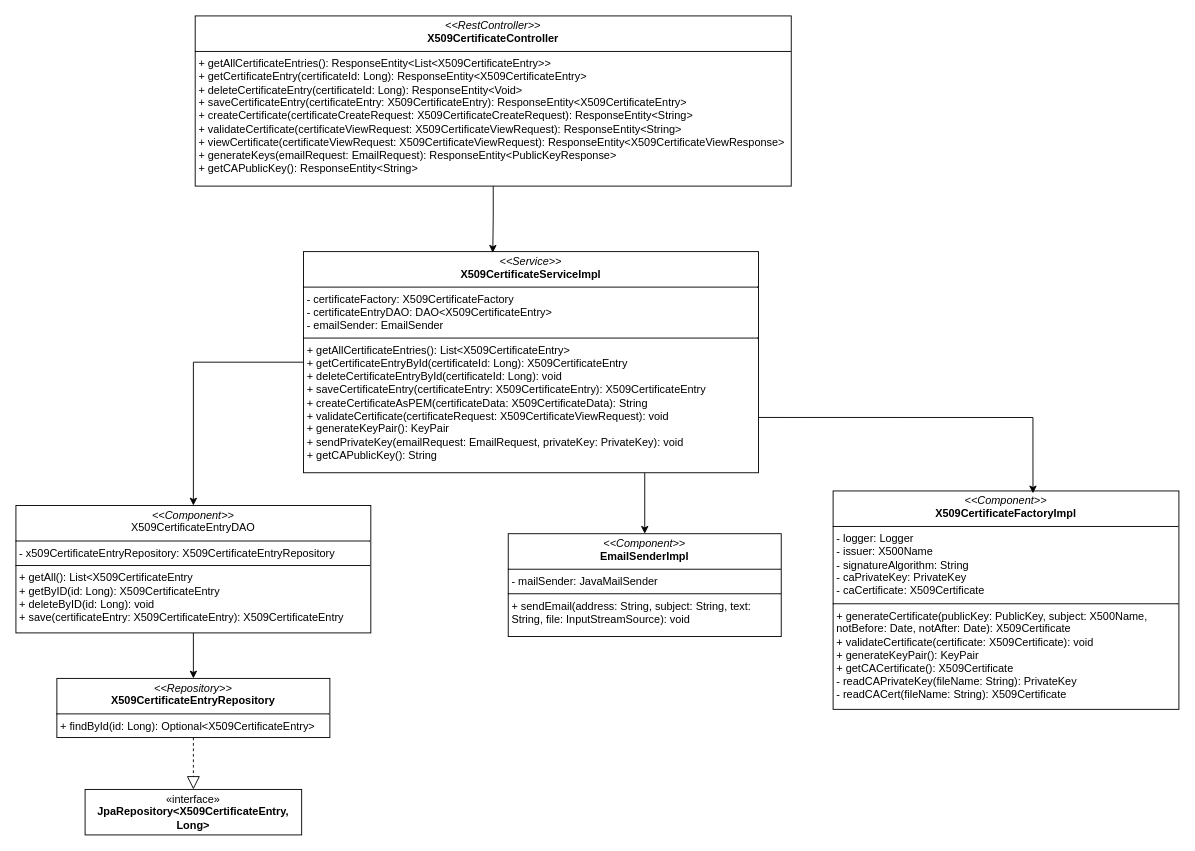
Before: assets/diagrams/certificate_service_uml.drawio in jamestesting0/certification-authority-backend, a draw.io diagram. Source tidied: cells renumbered, new cells numbered last; positions are measured from the earlier drawing's top-left corner, leaving out a move shared by most shapes. Both pictures are drawn from the tidied source at 91%, with x=0, y=0 at pixel (15, 15).
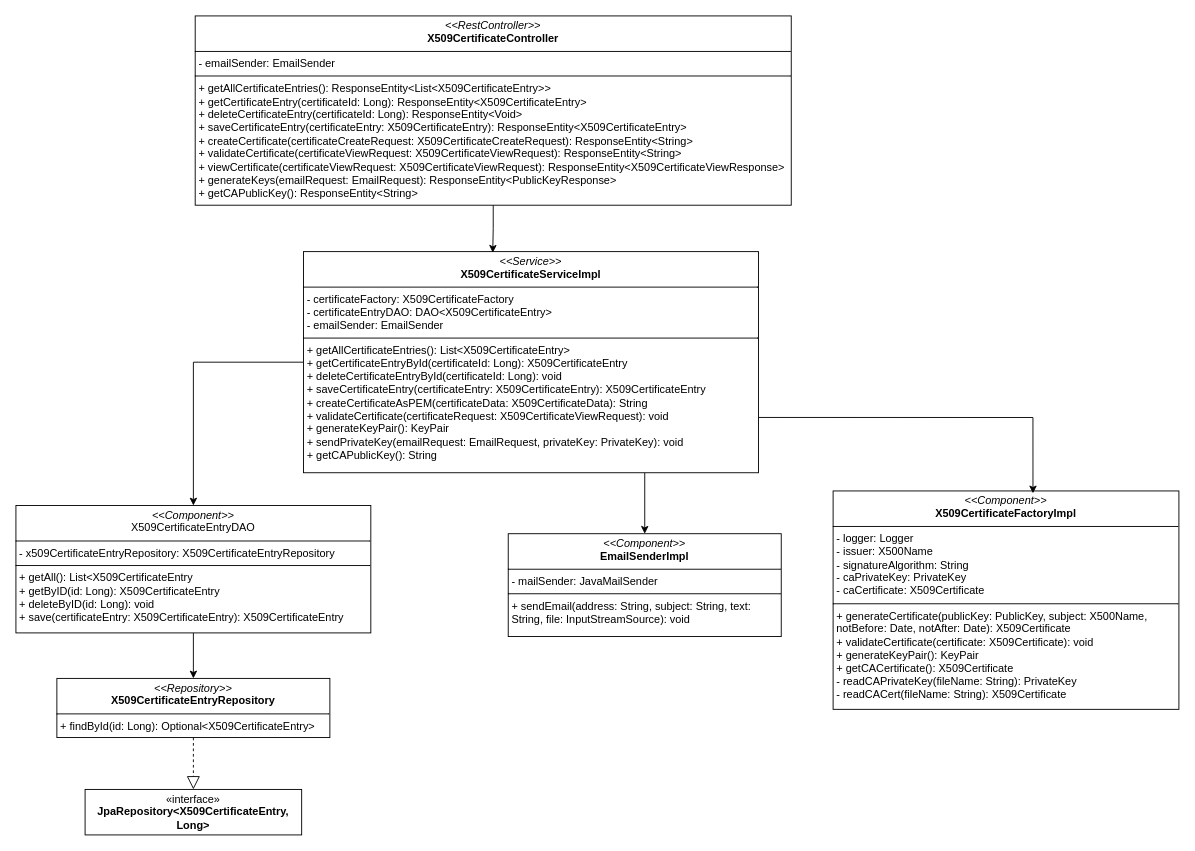
After the change.

Commit message (it also covers changes not shown here):
update UML diagram

Change to the diagram source:
```diff
@@
 <mxGraphModel>
   <root>
     <mxCell id="0" />
     <mxCell id="1" parent="0" />
     <mxCell id="2" style="edgeStyle=orthogonalEdgeStyle;rounded=0;jettySize=auto;html=1;exitX=0;exitY=0.5;exitDx=0;exitDy=0;" parent="1" edge="1" source="4" target="8">
       <mxGeometry relative="1" as="geometry" />
     </mxCell>
     <mxCell id="3" style="edgeStyle=orthogonalEdgeStyle;rounded=0;jettySize=auto;html=1;exitX=0.75;exitY=1;exitDx=0;exitDy=0;" parent="1" edge="1" source="4" target="6">
       <mxGeometry relative="1" as="geometry" />
     </mxCell>
     <mxCell id="4" value="&lt;p style=&quot;margin:0px;margin-top:4px;text-align:center;&quot;&gt;&lt;i&gt;&amp;lt;&amp;lt;Service&amp;gt;&amp;gt;&lt;/i&gt;&lt;br&gt;&lt;b&gt;X509CertificateServiceImpl&lt;/b&gt;&lt;/p&gt;&lt;hr size=&quot;1&quot; style=&quot;border-style:solid;&quot;&gt;&lt;p style=&quot;margin:0px;margin-left:4px;&quot;&gt;- certificateFactory: X509CertificateFactory&lt;br&gt;- certificateEntryDAO: DAO&amp;lt;X509CertificateEntry&amp;gt;&lt;br&gt;&lt;/p&gt;&lt;p style=&quot;margin:0px;margin-left:4px;&quot;&gt;- emailSender: EmailSender&amp;nbsp;&lt;br&gt;&lt;/p&gt;&lt;hr size=&quot;1&quot; style=&quot;border-style:solid;&quot;&gt;&lt;p style=&quot;margin:0px;margin-left:4px;&quot;&gt;+ getAllCertificateEntries(): List&amp;lt;X509CertificateEntry&amp;gt;&lt;br&gt;+ getCertificateEntryById(certificateId: Long): X509CertificateEntry&lt;br&gt;+ deleteCertificateEntryById(certificateId: Long): void&lt;br&gt;+ saveCertificateEntry(certificateEntry: X509CertificateEntry): X509CertificateEntry&lt;br&gt;+ createCertificateAsPEM(certificateData: X509CertificateData): String&lt;br&gt;+ validateCertificate(certificateRequest: X509CertificateViewRequest): void&lt;br&gt;+ generateKeyPair(): KeyPair&lt;br&gt;+ sendPrivateKey(emailRequest: EmailRequest, privateKey: PrivateKey): void&lt;br&gt;+ getCAPublicKey(): String&amp;nbsp; &amp;nbsp;&amp;nbsp;&lt;br&gt;&lt;/p&gt;" style="verticalAlign=top;align=left;overflow=fill;html=1;whiteSpace=wrap;" parent="1" vertex="1">
       <mxGeometry x="316" y="259" width="500" height="243" as="geometry" />
     </mxCell>
     <mxCell id="5" value="&lt;p style=&quot;margin:0px;margin-top:4px;text-align:center;&quot;&gt;&lt;i&gt;&amp;lt;&amp;lt;Component&amp;gt;&amp;gt;&lt;/i&gt;&lt;br&gt;&lt;b&gt;X509CertificateFactoryImpl&lt;/b&gt;&lt;/p&gt;&lt;hr size=&quot;1&quot; style=&quot;border-style:solid;&quot;&gt;&lt;p style=&quot;margin:0px;margin-left:4px;&quot;&gt;- logger: Logger&lt;/p&gt;&lt;p style=&quot;margin:0px;margin-left:4px;&quot;&gt;- issuer: X500Name&lt;/p&gt;&lt;p style=&quot;margin:0px;margin-left:4px;&quot;&gt;- signatureAlgorithm: String&lt;/p&gt;&lt;p style=&quot;margin:0px;margin-left:4px;&quot;&gt;- caPrivateKey: PrivateKey&lt;/p&gt;&lt;p style=&quot;margin:0px;margin-left:4px;&quot;&gt;- caCertificate: X509Certificate&lt;br&gt;&lt;/p&gt;&lt;hr size=&quot;1&quot; style=&quot;border-style:solid;&quot;&gt;&lt;p style=&quot;margin:0px;margin-left:4px;&quot;&gt;+ generateCertificate(publicKey: PublicKey, subject: X500Name, notBefore: Date, notAfter: Date): X509Certificate&lt;br&gt;+ validateCertificate(certificate: X509Certificate): void&lt;br&gt;+ generateKeyPair(): KeyPair&lt;br&gt;+ getCACertificate(): X509Certificate&lt;br&gt;- readCAPrivateKey(fileName: String): PrivateKey&lt;br&gt;- readCACert(fileName: String): X509Certificate&amp;nbsp;&lt;br&gt;&lt;/p&gt;" style="verticalAlign=top;align=left;overflow=fill;html=1;whiteSpace=wrap;" parent="1" vertex="1">
       <mxGeometry x="898" y="522" width="380" height="240" as="geometry" />
     </mxCell>
     <mxCell id="6" value="&lt;p style=&quot;margin:0px;margin-top:4px;text-align:center;&quot;&gt;&lt;i&gt;&amp;lt;&amp;lt;Component&amp;gt;&amp;gt;&lt;/i&gt;&lt;br&gt;&lt;b&gt;EmailSenderImpl&lt;/b&gt;&lt;/p&gt;&lt;hr size=&quot;1&quot; style=&quot;border-style:solid;&quot;&gt;&lt;p style=&quot;margin:0px;margin-left:4px;&quot;&gt;- mailSender: JavaMailSender&amp;nbsp;&amp;nbsp;&lt;/p&gt;&lt;hr size=&quot;1&quot; style=&quot;border-style:solid;&quot;&gt;&lt;p style=&quot;margin:0px;margin-left:4px;&quot;&gt;+ sendEmail(address: String, subject: String, text: String, file: InputStreamSource): void&lt;br&gt;&lt;/p&gt;" style="verticalAlign=top;align=left;overflow=fill;html=1;whiteSpace=wrap;" parent="1" vertex="1">
       <mxGeometry x="541" y="569" width="300" height="113" as="geometry" />
     </mxCell>
     <mxCell id="7" style="edgeStyle=orthogonalEdgeStyle;rounded=0;jettySize=auto;html=1;exitX=0.5;exitY=1;exitDx=0;exitDy=0;entryX=0.5;entryY=0;entryDx=0;entryDy=0;" parent="1" edge="1" source="8" target="10">
       <mxGeometry relative="1" as="geometry" />
     </mxCell>
     <mxCell id="8" value="&lt;p style=&quot;margin:0px;margin-top:4px;text-align:center;&quot;&gt;&lt;i&gt;&amp;lt;&amp;lt;Component&amp;gt;&amp;gt;&lt;/i&gt;&lt;br&gt;X509CertificateEntryDAO&lt;br&gt;&lt;/p&gt;&lt;hr size=&quot;1&quot; style=&quot;border-style:solid;&quot;&gt;&lt;p style=&quot;margin:0px;margin-left:4px;&quot;&gt;- x509CertificateEntryRepository: X509CertificateEntryRepository&lt;br&gt;&lt;/p&gt;&lt;hr size=&quot;1&quot; style=&quot;border-style:solid;&quot;&gt;&lt;p style=&quot;margin:0px;margin-left:4px;&quot;&gt;+ getAll(): List&amp;lt;X509CertificateEntry&lt;/p&gt;&lt;p style=&quot;margin:0px;margin-left:4px;&quot;&gt;+ getByID(id: Long): X509CertificateEntry&lt;/p&gt;&lt;p style=&quot;margin:0px;margin-left:4px;&quot;&gt;+ deleteByID(id: Long): void&lt;/p&gt;&lt;p style=&quot;margin:0px;margin-left:4px;&quot;&gt;+ save(certificateEntry: X509CertificateEntry): X509CertificateEntry&lt;br&gt;&lt;/p&gt;" style="verticalAlign=top;align=left;overflow=fill;html=1;whiteSpace=wrap;" parent="1" vertex="1">
       <mxGeometry y="538" width="390" height="140" as="geometry" />
     </mxCell>
     <mxCell id="9" style="edgeStyle=orthogonalEdgeStyle;rounded=0;jettySize=auto;html=1;exitX=1;exitY=0.75;exitDx=0;exitDy=0;entryX=0.578;entryY=0.011;entryDx=0;entryDy=0;entryPerimeter=0;" parent="1" edge="1" source="4" target="5">
       <mxGeometry relative="1" as="geometry" />
     </mxCell>
     <mxCell id="10" value="&lt;p style=&quot;margin:0px;margin-top:4px;text-align:center;&quot;&gt;&lt;i&gt;&amp;lt;&amp;lt;Repository&amp;gt;&amp;gt;&lt;/i&gt;&lt;br&gt;&lt;b&gt;X509CertificateEntryRepository&lt;/b&gt;&lt;/p&gt;&lt;hr size=&quot;1&quot; style=&quot;border-style:solid;&quot;&gt;&lt;p style=&quot;margin:0px;margin-left:4px;&quot;&gt;&lt;span class=&quot;hljs-operator&quot;&gt;+&lt;/span&gt; findById(id: Long): Optional&lt;span class=&quot;hljs-operator&quot;&gt;&amp;lt;&lt;/span&gt;X509CertificateEntry&lt;span class=&quot;hljs-operator&quot;&gt;&amp;gt;&lt;/span&gt;&lt;br&gt;&lt;/p&gt;" style="verticalAlign=top;align=left;overflow=fill;html=1;whiteSpace=wrap;" parent="1" vertex="1">
       <mxGeometry x="45" y="728" width="300" height="65" as="geometry" />
     </mxCell>
     <mxCell id="11" style="endArrow=block;dashed=1;endFill=0;endSize=12;html=1;rounded=0;exitX=0.5;exitY=1;exitDx=0;exitDy=0;entryX=0.5;entryY=0;entryDx=0;entryDy=0;" parent="1" edge="1" source="10" target="12">
       <mxGeometry relative="1" as="geometry" />
     </mxCell>
     <mxCell id="12" value="«interface»&lt;br&gt;&lt;b&gt;JpaRepository&amp;lt;X509CertificateEntry, Long&amp;gt;&lt;/b&gt;" style="html=1;whiteSpace=wrap;" parent="1" vertex="1">
       <mxGeometry x="76" y="850" width="238" height="50" as="geometry" />
     </mxCell>
-    <mxCell id="13" value="&lt;p style=&quot;margin:0px;margin-top:4px;text-align:center;&quot;&gt;&lt;i&gt;&amp;lt;&amp;lt;RestController&amp;gt;&amp;gt;&lt;/i&gt;&lt;br&gt;&lt;b&gt;X509CertificateController&lt;/b&gt;&lt;/p&gt;&lt;hr size=&quot;1&quot; style=&quot;border-style:solid;&quot;&gt;&lt;p style=&quot;margin:0px;margin-left:4px;&quot;&gt;+ getAllCertificateEntries(): ResponseEntity&amp;lt;List&lt;span class=&quot;hljs-tag&quot;&gt;&amp;lt;&lt;span class=&quot;hljs-name&quot;&gt;X509CertificateEntry&lt;/span&gt;&amp;gt;&lt;/span&gt;&amp;gt;&lt;br&gt;+ getCertificateEntry(certificateId: Long): ResponseEntity&lt;span class=&quot;hljs-tag&quot;&gt;&amp;lt;&lt;span class=&quot;hljs-name&quot;&gt;X509CertificateEntry&lt;/span&gt;&amp;gt;&lt;/span&gt;&lt;br&gt;+ deleteCertificateEntry(certificateId: Long): ResponseEntity&lt;span class=&quot;hljs-tag&quot;&gt;&amp;lt;&lt;span class=&quot;hljs-name&quot;&gt;Void&lt;/span&gt;&amp;gt;&lt;/span&gt;&lt;br&gt;+ saveCertificateEntry(certificateEntry: X509CertificateEntry): ResponseEntity&lt;span class=&quot;hljs-tag&quot;&gt;&amp;lt;&lt;span class=&quot;hljs-name&quot;&gt;X509CertificateEntry&lt;/span&gt;&amp;gt;&lt;/span&gt;&lt;br&gt;+ createCertificate(certificateCreateRequest: X509CertificateCreateRequest): ResponseEntity&lt;span class=&quot;hljs-tag&quot;&gt;&amp;lt;&lt;span class=&quot;hljs-name&quot;&gt;String&lt;/span&gt;&amp;gt;&lt;/span&gt;&lt;br&gt;+ validateCertificate(certificateViewRequest: X509CertificateViewRequest): ResponseEntity&lt;span class=&quot;hljs-tag&quot;&gt;&amp;lt;&lt;span class=&quot;hljs-name&quot;&gt;String&lt;/span&gt;&amp;gt;&lt;/span&gt;&lt;br&gt;+ viewCertificate(certificateViewRequest: X509CertificateViewRequest): ResponseEntity&lt;span class=&quot;hljs-tag&quot;&gt;&amp;lt;&lt;span class=&quot;hljs-name&quot;&gt;X509CertificateViewResponse&lt;/span&gt;&amp;gt;&lt;/span&gt;&lt;br&gt;+ generateKeys(emailRequest: EmailRequest): ResponseEntity&lt;span class=&quot;hljs-tag&quot;&gt;&amp;lt;&lt;span class=&quot;hljs-name&quot;&gt;PublicKeyResponse&lt;/span&gt;&amp;gt;&lt;/span&gt;&lt;br&gt;+ getCAPublicKey(): ResponseEntity&lt;span class=&quot;hljs-tag&quot;&gt;&amp;lt;&lt;span class=&quot;hljs-name&quot;&gt;String&lt;/span&gt;&amp;gt;&lt;/span&gt;&lt;br&gt;&lt;/p&gt;" style="verticalAlign=top;align=left;overflow=fill;html=1;whiteSpace=wrap;" parent="1" vertex="1">
-      <mxGeometry x="197" width="655" height="187" as="geometry" />
+    <mxCell id="13" value="&lt;p style=&quot;margin:0px;margin-top:4px;text-align:center;&quot;&gt;&lt;i&gt;&amp;lt;&amp;lt;RestController&amp;gt;&amp;gt;&lt;/i&gt;&lt;br&gt;&lt;b&gt;X509CertificateController&lt;/b&gt;&lt;/p&gt;&lt;hr size=&quot;1&quot; style=&quot;border-style:solid;&quot;&gt;&lt;p style=&quot;margin: 0px 0px 0px 4px;&quot;&gt;- emailSender: EmailSender&amp;nbsp;&lt;br&gt;&lt;/p&gt;&lt;hr style=&quot;border-style: solid;&quot; size=&quot;1&quot;&gt;&lt;p style=&quot;margin: 0px 0px 0px 4px;&quot;&gt;&lt;span style=&quot;background-color: initial;&quot;&gt;+ getAllCertificateEntries(): ResponseEntity&amp;lt;List&lt;/span&gt;&lt;span style=&quot;background-color: initial;&quot; class=&quot;hljs-tag&quot;&gt;&amp;lt;&lt;span class=&quot;hljs-name&quot;&gt;X509CertificateEntry&lt;/span&gt;&amp;gt;&lt;/span&gt;&lt;span style=&quot;background-color: initial;&quot;&gt;&amp;gt;&lt;/span&gt;&lt;br&gt;&lt;/p&gt;&lt;p style=&quot;margin:0px;margin-left:4px;&quot;&gt;+ getCertificateEntry(certificateId: Long): ResponseEntity&lt;span class=&quot;hljs-tag&quot;&gt;&amp;lt;&lt;span class=&quot;hljs-name&quot;&gt;X509CertificateEntry&lt;/span&gt;&amp;gt;&lt;/span&gt;&lt;br&gt;+ deleteCertificateEntry(certificateId: Long): ResponseEntity&lt;span class=&quot;hljs-tag&quot;&gt;&amp;lt;&lt;span class=&quot;hljs-name&quot;&gt;Void&lt;/span&gt;&amp;gt;&lt;/span&gt;&lt;br&gt;+ saveCertificateEntry(certificateEntry: X509CertificateEntry): ResponseEntity&lt;span class=&quot;hljs-tag&quot;&gt;&amp;lt;&lt;span class=&quot;hljs-name&quot;&gt;X509CertificateEntry&lt;/span&gt;&amp;gt;&lt;/span&gt;&lt;br&gt;+ createCertificate(certificateCreateRequest: X509CertificateCreateRequest): ResponseEntity&lt;span class=&quot;hljs-tag&quot;&gt;&amp;lt;&lt;span class=&quot;hljs-name&quot;&gt;String&lt;/span&gt;&amp;gt;&lt;/span&gt;&lt;br&gt;+ validateCertificate(certificateViewRequest: X509CertificateViewRequest): ResponseEntity&lt;span class=&quot;hljs-tag&quot;&gt;&amp;lt;&lt;span class=&quot;hljs-name&quot;&gt;String&lt;/span&gt;&amp;gt;&lt;/span&gt;&lt;br&gt;+ viewCertificate(certificateViewRequest: X509CertificateViewRequest): ResponseEntity&lt;span class=&quot;hljs-tag&quot;&gt;&amp;lt;&lt;span class=&quot;hljs-name&quot;&gt;X509CertificateViewResponse&lt;/span&gt;&amp;gt;&lt;/span&gt;&lt;br&gt;+ generateKeys(emailRequest: EmailRequest): ResponseEntity&lt;span class=&quot;hljs-tag&quot;&gt;&amp;lt;&lt;span class=&quot;hljs-name&quot;&gt;PublicKeyResponse&lt;/span&gt;&amp;gt;&lt;/span&gt;&lt;br&gt;+ getCAPublicKey(): ResponseEntity&lt;span class=&quot;hljs-tag&quot;&gt;&amp;lt;&lt;span class=&quot;hljs-name&quot;&gt;String&lt;/span&gt;&amp;gt;&lt;/span&gt;&lt;br&gt;&lt;/p&gt;" style="verticalAlign=top;align=left;overflow=fill;html=1;whiteSpace=wrap;" parent="1" vertex="1">
+      <mxGeometry x="197" width="655" height="208" as="geometry" />
     </mxCell>
     <mxCell id="14" style="edgeStyle=orthogonalEdgeStyle;rounded=0;jettySize=auto;html=1;exitX=0.5;exitY=1;exitDx=0;exitDy=0;entryX=0.416;entryY=0.005;entryDx=0;entryDy=0;entryPerimeter=0;" parent="1" edge="1" source="13" target="4">
       <mxGeometry relative="1" as="geometry" />
     </mxCell>
   </root>
 </mxGraphModel>
```
